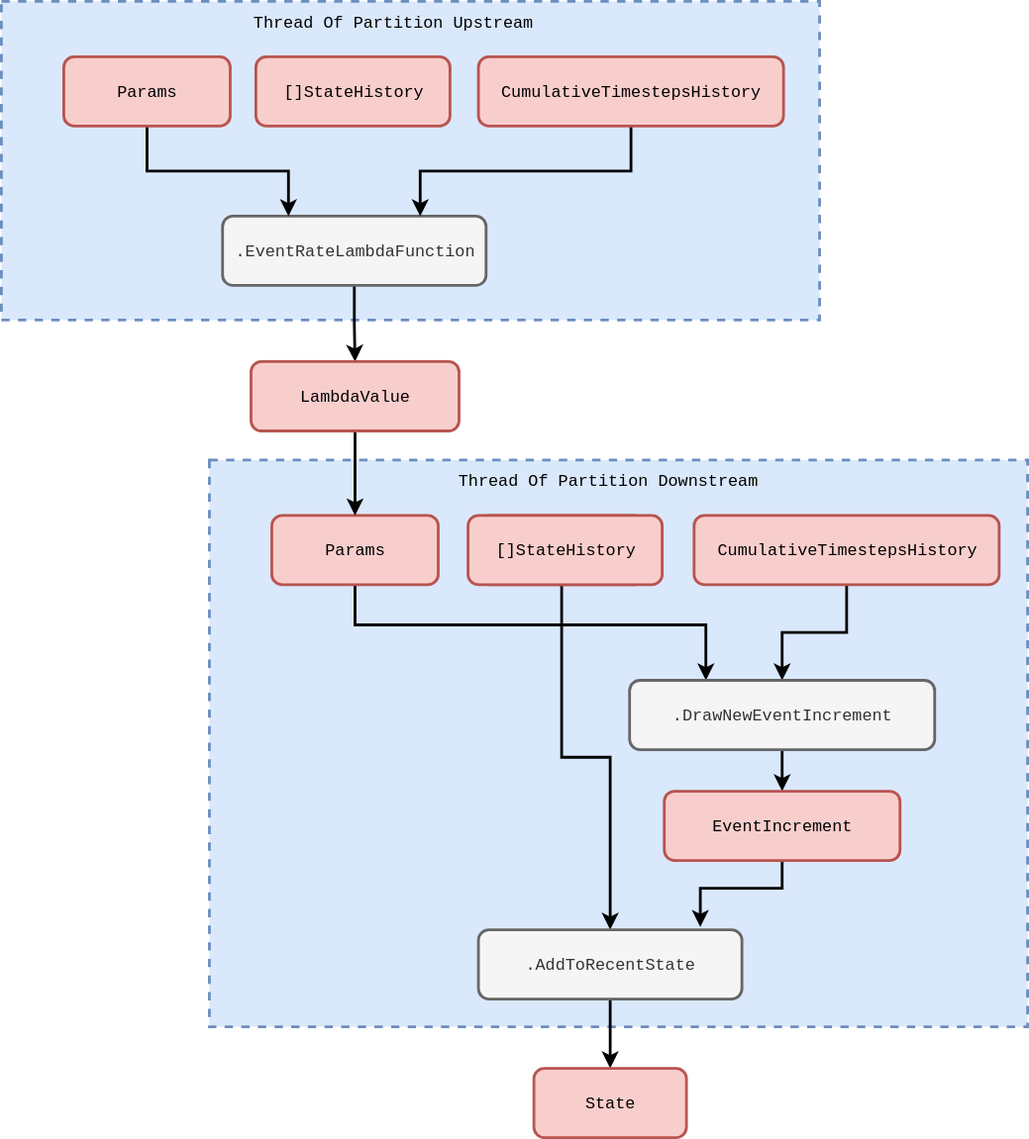
The draw.io diagram assets/diagramming_the_stochadex_project/inhomo-poisson-parallel-serial.svg in umbralcalc/umbralcalc.github.io, before a commit. Source tidied: cells renumbered, new cells last; positions are measured from the earlier drawing's top-left corner, leaving out a move shared by most shapes.
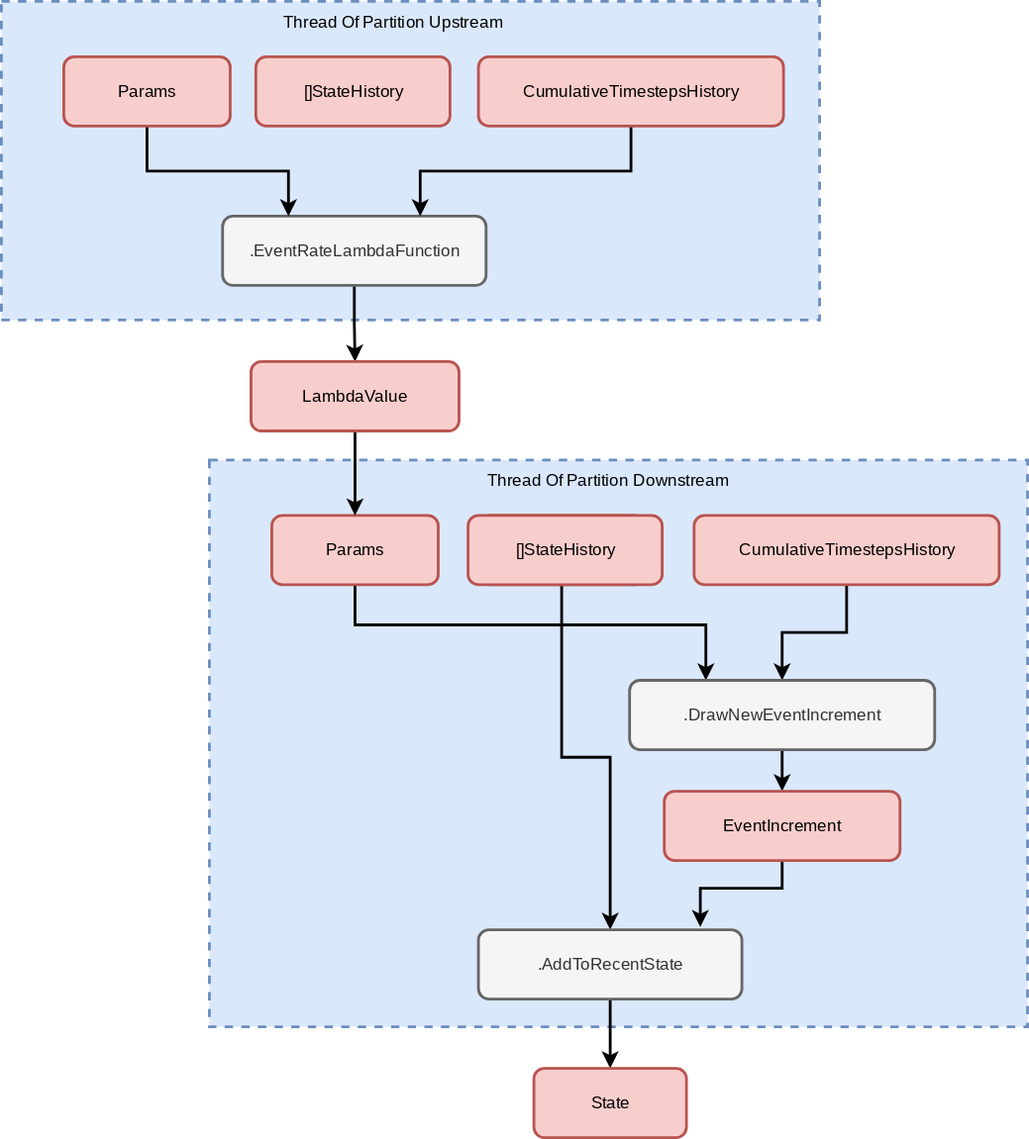
After the commit.

The edit, as a diff of the source:
```diff
@@ -2,10 +2,10 @@
   <root>
     <mxCell id="0" />
     <mxCell id="1" parent="0" />
-    <mxCell id="2" style="rounded=0;whiteSpace=wrap;html=1;dashed=1;strokeWidth=2;fillColor=#dae8fc;strokeColor=#6c8ebf;" parent="1" vertex="1">
+    <mxCell id="2" style="rounded=0;whiteSpace=wrap;html=1;dashed=1;strokeWidth=2;fillColor=#dae8fc;strokeColor=#6c8ebf;fontFamily=Cousine;fontSource=https%3A%2F%2Ffonts.googleapis.com%2Fcss2%3Ffamily%3DCourier%2BPrime%3Aital%2Cwght%400%2C400%3B0%2C700%3B1%2C400%3B1%2C700%26family%3DCousine%3Aital%2Cwght%400%2C400%3B0%2C700%3B1%2C400%3B1%2C700%26family%3DShadows%2BInto%2BLight%26display%3Dswap;" parent="1" vertex="1">
       <mxGeometry x="150" y="331" width="590" height="409" as="geometry" />
     </mxCell>
-    <mxCell id="3" style="edgeStyle=orthogonalEdgeStyle;rounded=0;jettySize=auto;html=1;entryX=0.25;entryY=0;entryDx=0;entryDy=0;strokeWidth=2;" parent="1" edge="1" source="4" target="26">
+    <mxCell id="3" style="edgeStyle=orthogonalEdgeStyle;rounded=0;jettySize=auto;html=1;entryX=0.25;entryY=0;entryDx=0;entryDy=0;strokeWidth=2;fontFamily=Cousine;fontSource=https%3A%2F%2Ffonts.googleapis.com%2Fcss2%3Ffamily%3DCourier%2BPrime%3Aital%2Cwght%400%2C400%3B0%2C700%3B1%2C400%3B1%2C700%26family%3DCousine%3Aital%2Cwght%400%2C400%3B0%2C700%3B1%2C400%3B1%2C700%26family%3DShadows%2BInto%2BLight%26display%3Dswap;" parent="1" edge="1" source="4" target="26">
       <mxGeometry relative="1" as="geometry">
         <Array as="points">
           <mxPoint x="255" y="450" />
@@ -13,76 +13,76 @@
         </Array>
       </mxGeometry>
     </mxCell>
-    <mxCell id="4" value="&lt;font face=&quot;Courier New&quot;&gt;Params&lt;/font&gt;" style="rounded=1;whiteSpace=wrap;html=1;strokeWidth=2;fillColor=#f8cecc;strokeColor=#b85450;" parent="1" vertex="1">
+    <mxCell id="4" value="&lt;font&gt;Params&lt;/font&gt;" style="rounded=1;whiteSpace=wrap;html=1;strokeWidth=2;fillColor=#f8cecc;strokeColor=#b85450;fontFamily=Cousine;fontSource=https%3A%2F%2Ffonts.googleapis.com%2Fcss2%3Ffamily%3DCourier%2BPrime%3Aital%2Cwght%400%2C400%3B0%2C700%3B1%2C400%3B1%2C700%26family%3DCousine%3Aital%2Cwght%400%2C400%3B0%2C700%3B1%2C400%3B1%2C700%26family%3DShadows%2BInto%2BLight%26display%3Dswap;" parent="1" vertex="1">
       <mxGeometry x="195" y="371" width="120" height="50" as="geometry" />
     </mxCell>
-    <mxCell id="5" style="edgeStyle=orthogonalEdgeStyle;rounded=0;jettySize=auto;html=1;strokeWidth=2;exitX=0.5;exitY=1;exitDx=0;exitDy=0;" parent="1" edge="1" source="14" target="4">
+    <mxCell id="5" style="edgeStyle=orthogonalEdgeStyle;rounded=0;jettySize=auto;html=1;strokeWidth=2;exitX=0.5;exitY=1;exitDx=0;exitDy=0;fontFamily=Cousine;fontSource=https%3A%2F%2Ffonts.googleapis.com%2Fcss2%3Ffamily%3DCourier%2BPrime%3Aital%2Cwght%400%2C400%3B0%2C700%3B1%2C400%3B1%2C700%26family%3DCousine%3Aital%2Cwght%400%2C400%3B0%2C700%3B1%2C400%3B1%2C700%26family%3DShadows%2BInto%2BLight%26display%3Dswap;" parent="1" edge="1" source="14" target="4">
       <mxGeometry relative="1" as="geometry" />
     </mxCell>
-    <mxCell id="6" style="edgeStyle=orthogonalEdgeStyle;rounded=0;jettySize=auto;html=1;entryX=0.5;entryY=0;entryDx=0;entryDy=0;strokeWidth=2;" parent="1" edge="1" source="7" target="23">
+    <mxCell id="6" style="edgeStyle=orthogonalEdgeStyle;rounded=0;jettySize=auto;html=1;entryX=0.5;entryY=0;entryDx=0;entryDy=0;strokeWidth=2;fontFamily=Cousine;fontSource=https%3A%2F%2Ffonts.googleapis.com%2Fcss2%3Ffamily%3DCourier%2BPrime%3Aital%2Cwght%400%2C400%3B0%2C700%3B1%2C400%3B1%2C700%26family%3DCousine%3Aital%2Cwght%400%2C400%3B0%2C700%3B1%2C400%3B1%2C700%26family%3DShadows%2BInto%2BLight%26display%3Dswap;" parent="1" edge="1" source="7" target="23">
       <mxGeometry relative="1" as="geometry" />
     </mxCell>
-    <mxCell id="7" value="&lt;font face=&quot;Courier New&quot;&gt;StateHistory&lt;/font&gt;" style="rounded=1;whiteSpace=wrap;html=1;strokeWidth=2;fillColor=#f8cecc;strokeColor=#b85450;" parent="1" vertex="1">
+    <mxCell id="7" value="&lt;font&gt;StateHistory&lt;/font&gt;" style="rounded=1;whiteSpace=wrap;html=1;strokeWidth=2;fillColor=#f8cecc;strokeColor=#b85450;fontFamily=Cousine;fontSource=https%3A%2F%2Ffonts.googleapis.com%2Fcss2%3Ffamily%3DCourier%2BPrime%3Aital%2Cwght%400%2C400%3B0%2C700%3B1%2C400%3B1%2C700%26family%3DCousine%3Aital%2Cwght%400%2C400%3B0%2C700%3B1%2C400%3B1%2C700%26family%3DShadows%2BInto%2BLight%26display%3Dswap;" parent="1" vertex="1">
       <mxGeometry x="344" y="371" width="120" height="50" as="geometry" />
     </mxCell>
-    <mxCell id="8" style="edgeStyle=orthogonalEdgeStyle;rounded=0;jettySize=auto;html=1;strokeWidth=2;exitX=0.5;exitY=1;exitDx=0;exitDy=0;" parent="1" edge="1" source="20" target="26">
+    <mxCell id="8" style="edgeStyle=orthogonalEdgeStyle;rounded=0;jettySize=auto;html=1;strokeWidth=2;exitX=0.5;exitY=1;exitDx=0;exitDy=0;fontFamily=Cousine;fontSource=https%3A%2F%2Ffonts.googleapis.com%2Fcss2%3Ffamily%3DCourier%2BPrime%3Aital%2Cwght%400%2C400%3B0%2C700%3B1%2C400%3B1%2C700%26family%3DCousine%3Aital%2Cwght%400%2C400%3B0%2C700%3B1%2C400%3B1%2C700%26family%3DShadows%2BInto%2BLight%26display%3Dswap;" parent="1" edge="1" source="20" target="26">
       <mxGeometry relative="1" as="geometry" />
     </mxCell>
-    <mxCell id="9" style="rounded=0;whiteSpace=wrap;html=1;dashed=1;strokeWidth=2;fillColor=#dae8fc;strokeColor=#6c8ebf;" parent="1" vertex="1">
+    <mxCell id="9" style="rounded=0;whiteSpace=wrap;html=1;dashed=1;strokeWidth=2;fillColor=#dae8fc;strokeColor=#6c8ebf;fontFamily=Cousine;fontSource=https%3A%2F%2Ffonts.googleapis.com%2Fcss2%3Ffamily%3DCourier%2BPrime%3Aital%2Cwght%400%2C400%3B0%2C700%3B1%2C400%3B1%2C700%26family%3DCousine%3Aital%2Cwght%400%2C400%3B0%2C700%3B1%2C400%3B1%2C700%26family%3DShadows%2BInto%2BLight%26display%3Dswap;" parent="1" vertex="1">
       <mxGeometry width="590" height="230" as="geometry" />
     </mxCell>
-    <mxCell id="10" style="edgeStyle=orthogonalEdgeStyle;rounded=0;jettySize=auto;html=1;entryX=0.5;entryY=0;entryDx=0;entryDy=0;strokeWidth=2;" parent="1" edge="1" source="11" target="14">
+    <mxCell id="10" style="edgeStyle=orthogonalEdgeStyle;rounded=0;jettySize=auto;html=1;entryX=0.5;entryY=0;entryDx=0;entryDy=0;strokeWidth=2;fontFamily=Cousine;fontSource=https%3A%2F%2Ffonts.googleapis.com%2Fcss2%3Ffamily%3DCourier%2BPrime%3Aital%2Cwght%400%2C400%3B0%2C700%3B1%2C400%3B1%2C700%26family%3DCousine%3Aital%2Cwght%400%2C400%3B0%2C700%3B1%2C400%3B1%2C700%26family%3DShadows%2BInto%2BLight%26display%3Dswap;" parent="1" edge="1" source="11" target="14">
       <mxGeometry relative="1" as="geometry" />
     </mxCell>
-    <mxCell id="11" value="&lt;span style=&quot;font-family: &amp;quot;Courier New&amp;quot;;&quot;&gt;.EventRateLambdaFunction&lt;/span&gt;" style="rounded=1;whiteSpace=wrap;html=1;strokeWidth=2;fillColor=#f5f5f5;fontColor=#333333;strokeColor=#666666;" parent="1" vertex="1">
+    <mxCell id="11" value="&lt;span style=&quot;&quot;&gt;.EventRateLambdaFunction&lt;/span&gt;" style="rounded=1;whiteSpace=wrap;html=1;strokeWidth=2;fillColor=#f5f5f5;fontColor=#333333;strokeColor=#666666;fontFamily=Cousine;fontSource=https%3A%2F%2Ffonts.googleapis.com%2Fcss2%3Ffamily%3DCourier%2BPrime%3Aital%2Cwght%400%2C400%3B0%2C700%3B1%2C400%3B1%2C700%26family%3DCousine%3Aital%2Cwght%400%2C400%3B0%2C700%3B1%2C400%3B1%2C700%26family%3DShadows%2BInto%2BLight%26display%3Dswap;" parent="1" vertex="1">
       <mxGeometry x="159.5" y="155" width="190" height="50" as="geometry" />
     </mxCell>
-    <mxCell id="12" style="edgeStyle=orthogonalEdgeStyle;rounded=0;jettySize=auto;html=1;entryX=0.25;entryY=0;entryDx=0;entryDy=0;strokeWidth=2;" parent="1" edge="1" source="13" target="11">
+    <mxCell id="12" style="edgeStyle=orthogonalEdgeStyle;rounded=0;jettySize=auto;html=1;entryX=0.25;entryY=0;entryDx=0;entryDy=0;strokeWidth=2;fontFamily=Cousine;fontSource=https%3A%2F%2Ffonts.googleapis.com%2Fcss2%3Ffamily%3DCourier%2BPrime%3Aital%2Cwght%400%2C400%3B0%2C700%3B1%2C400%3B1%2C700%26family%3DCousine%3Aital%2Cwght%400%2C400%3B0%2C700%3B1%2C400%3B1%2C700%26family%3DShadows%2BInto%2BLight%26display%3Dswap;" parent="1" edge="1" source="13" target="11">
       <mxGeometry relative="1" as="geometry" />
     </mxCell>
-    <mxCell id="13" value="&lt;font face=&quot;Courier New&quot;&gt;Params&lt;/font&gt;" style="rounded=1;whiteSpace=wrap;html=1;strokeWidth=2;fillColor=#f8cecc;strokeColor=#b85450;" parent="1" vertex="1">
+    <mxCell id="13" value="&lt;font&gt;Params&lt;/font&gt;" style="rounded=1;whiteSpace=wrap;html=1;strokeWidth=2;fillColor=#f8cecc;strokeColor=#b85450;fontFamily=Cousine;fontSource=https%3A%2F%2Ffonts.googleapis.com%2Fcss2%3Ffamily%3DCourier%2BPrime%3Aital%2Cwght%400%2C400%3B0%2C700%3B1%2C400%3B1%2C700%26family%3DCousine%3Aital%2Cwght%400%2C400%3B0%2C700%3B1%2C400%3B1%2C700%26family%3DShadows%2BInto%2BLight%26display%3Dswap;" parent="1" vertex="1">
       <mxGeometry x="45" y="40" width="120" height="50" as="geometry" />
     </mxCell>
-    <mxCell id="14" value="&lt;span style=&quot;font-family: &amp;quot;Courier New&amp;quot;;&quot;&gt;LambdaValue&lt;/span&gt;" style="rounded=1;whiteSpace=wrap;html=1;strokeWidth=2;fillColor=#f8cecc;strokeColor=#b85450;" parent="1" vertex="1">
+    <mxCell id="14" value="&lt;span style=&quot;&quot;&gt;LambdaValue&lt;/span&gt;" style="rounded=1;whiteSpace=wrap;html=1;strokeWidth=2;fillColor=#f8cecc;strokeColor=#b85450;fontFamily=Cousine;fontSource=https%3A%2F%2Ffonts.googleapis.com%2Fcss2%3Ffamily%3DCourier%2BPrime%3Aital%2Cwght%400%2C400%3B0%2C700%3B1%2C400%3B1%2C700%26family%3DCousine%3Aital%2Cwght%400%2C400%3B0%2C700%3B1%2C400%3B1%2C700%26family%3DShadows%2BInto%2BLight%26display%3Dswap;" parent="1" vertex="1">
       <mxGeometry x="180" y="260" width="150" height="50" as="geometry" />
     </mxCell>
-    <mxCell id="15" style="edgeStyle=orthogonalEdgeStyle;rounded=0;jettySize=auto;html=1;entryX=0.75;entryY=0;entryDx=0;entryDy=0;strokeWidth=2;exitX=0.5;exitY=1;exitDx=0;exitDy=0;" parent="1" edge="1" source="18" target="11">
+    <mxCell id="15" style="edgeStyle=orthogonalEdgeStyle;rounded=0;jettySize=auto;html=1;entryX=0.75;entryY=0;entryDx=0;entryDy=0;strokeWidth=2;exitX=0.5;exitY=1;exitDx=0;exitDy=0;fontFamily=Cousine;fontSource=https%3A%2F%2Ffonts.googleapis.com%2Fcss2%3Ffamily%3DCourier%2BPrime%3Aital%2Cwght%400%2C400%3B0%2C700%3B1%2C400%3B1%2C700%26family%3DCousine%3Aital%2Cwght%400%2C400%3B0%2C700%3B1%2C400%3B1%2C700%26family%3DShadows%2BInto%2BLight%26display%3Dswap;" parent="1" edge="1" source="18" target="11">
       <mxGeometry relative="1" as="geometry" />
     </mxCell>
-    <mxCell id="16" value="&lt;font face=&quot;Courier New&quot;&gt;Thread Of Partition Upstream&lt;/font&gt;" style="text;html=1;strokeColor=none;fillColor=none;align=center;verticalAlign=middle;whiteSpace=wrap;rounded=0;" parent="1" vertex="1">
+    <mxCell id="16" value="&lt;font&gt;Thread Of Partition Upstream&lt;/font&gt;" style="text;html=1;strokeColor=none;fillColor=none;align=center;verticalAlign=middle;whiteSpace=wrap;rounded=0;fontFamily=Cousine;fontSource=https%3A%2F%2Ffonts.googleapis.com%2Fcss2%3Ffamily%3DCourier%2BPrime%3Aital%2Cwght%400%2C400%3B0%2C700%3B1%2C400%3B1%2C700%26family%3DCousine%3Aital%2Cwght%400%2C400%3B0%2C700%3B1%2C400%3B1%2C700%26family%3DShadows%2BInto%2BLight%26display%3Dswap;" parent="1" vertex="1">
       <mxGeometry x="173.5" width="216.5" height="30" as="geometry" />
     </mxCell>
-    <mxCell id="17" value="&lt;font face=&quot;Courier New&quot;&gt;Thread Of Partition Downstream&lt;/font&gt;" style="text;html=1;strokeColor=none;fillColor=none;align=center;verticalAlign=middle;whiteSpace=wrap;rounded=0;" parent="1" vertex="1">
+    <mxCell id="17" value="&lt;font&gt;Thread Of Partition Downstream&lt;/font&gt;" style="text;html=1;strokeColor=none;fillColor=none;align=center;verticalAlign=middle;whiteSpace=wrap;rounded=0;fontFamily=Cousine;fontSource=https%3A%2F%2Ffonts.googleapis.com%2Fcss2%3Ffamily%3DCourier%2BPrime%3Aital%2Cwght%400%2C400%3B0%2C700%3B1%2C400%3B1%2C700%26family%3DCousine%3Aital%2Cwght%400%2C400%3B0%2C700%3B1%2C400%3B1%2C700%26family%3DShadows%2BInto%2BLight%26display%3Dswap;" parent="1" vertex="1">
       <mxGeometry x="323.5" y="331" width="226.5" height="30" as="geometry" />
     </mxCell>
-    <mxCell id="18" value="&lt;font face=&quot;Courier New&quot;&gt;CumulativeTimestepsHistory&lt;/font&gt;" style="rounded=1;whiteSpace=wrap;html=1;strokeWidth=2;fillColor=#f8cecc;strokeColor=#b85450;" parent="1" vertex="1">
+    <mxCell id="18" value="&lt;font&gt;CumulativeTimestepsHistory&lt;/font&gt;" style="rounded=1;whiteSpace=wrap;html=1;strokeWidth=2;fillColor=#f8cecc;strokeColor=#b85450;fontFamily=Cousine;fontSource=https%3A%2F%2Ffonts.googleapis.com%2Fcss2%3Ffamily%3DCourier%2BPrime%3Aital%2Cwght%400%2C400%3B0%2C700%3B1%2C400%3B1%2C700%26family%3DCousine%3Aital%2Cwght%400%2C400%3B0%2C700%3B1%2C400%3B1%2C700%26family%3DShadows%2BInto%2BLight%26display%3Dswap;" parent="1" vertex="1">
       <mxGeometry x="344" y="40" width="220" height="50" as="geometry" />
     </mxCell>
-    <mxCell id="19" value="&lt;font face=&quot;Courier New&quot;&gt;[]StateHistory&lt;/font&gt;" style="rounded=1;whiteSpace=wrap;html=1;strokeWidth=2;fillColor=#f8cecc;strokeColor=#b85450;" parent="1" vertex="1">
+    <mxCell id="19" value="&lt;font&gt;[]StateHistory&lt;/font&gt;" style="rounded=1;whiteSpace=wrap;html=1;strokeWidth=2;fillColor=#f8cecc;strokeColor=#b85450;fontFamily=Cousine;fontSource=https%3A%2F%2Ffonts.googleapis.com%2Fcss2%3Ffamily%3DCourier%2BPrime%3Aital%2Cwght%400%2C400%3B0%2C700%3B1%2C400%3B1%2C700%26family%3DCousine%3Aital%2Cwght%400%2C400%3B0%2C700%3B1%2C400%3B1%2C700%26family%3DShadows%2BInto%2BLight%26display%3Dswap;" parent="1" vertex="1">
       <mxGeometry x="183.5" y="40" width="140" height="50" as="geometry" />
     </mxCell>
-    <mxCell id="20" value="&lt;font face=&quot;Courier New&quot;&gt;CumulativeTimestepsHistory&lt;/font&gt;" style="rounded=1;whiteSpace=wrap;html=1;strokeWidth=2;fillColor=#f8cecc;strokeColor=#b85450;" parent="1" vertex="1">
+    <mxCell id="20" value="&lt;font&gt;CumulativeTimestepsHistory&lt;/font&gt;" style="rounded=1;whiteSpace=wrap;html=1;strokeWidth=2;fillColor=#f8cecc;strokeColor=#b85450;fontFamily=Cousine;fontSource=https%3A%2F%2Ffonts.googleapis.com%2Fcss2%3Ffamily%3DCourier%2BPrime%3Aital%2Cwght%400%2C400%3B0%2C700%3B1%2C400%3B1%2C700%26family%3DCousine%3Aital%2Cwght%400%2C400%3B0%2C700%3B1%2C400%3B1%2C700%26family%3DShadows%2BInto%2BLight%26display%3Dswap;" parent="1" vertex="1">
       <mxGeometry x="499.5" y="371" width="220" height="50" as="geometry" />
     </mxCell>
-    <mxCell id="21" value="&lt;font face=&quot;Courier New&quot;&gt;[]StateHistory&lt;/font&gt;" style="rounded=1;whiteSpace=wrap;html=1;strokeWidth=2;fillColor=#f8cecc;strokeColor=#b85450;" parent="1" vertex="1">
+    <mxCell id="21" value="&lt;font&gt;[]StateHistory&lt;/font&gt;" style="rounded=1;whiteSpace=wrap;html=1;strokeWidth=2;fillColor=#f8cecc;strokeColor=#b85450;fontFamily=Cousine;fontSource=https%3A%2F%2Ffonts.googleapis.com%2Fcss2%3Ffamily%3DCourier%2BPrime%3Aital%2Cwght%400%2C400%3B0%2C700%3B1%2C400%3B1%2C700%26family%3DCousine%3Aital%2Cwght%400%2C400%3B0%2C700%3B1%2C400%3B1%2C700%26family%3DShadows%2BInto%2BLight%26display%3Dswap;" parent="1" vertex="1">
       <mxGeometry x="336.5" y="371" width="140" height="50" as="geometry" />
     </mxCell>
-    <mxCell id="22" style="edgeStyle=orthogonalEdgeStyle;rounded=0;jettySize=auto;html=1;strokeWidth=2;" parent="1" edge="1" source="23" target="24">
+    <mxCell id="22" style="edgeStyle=orthogonalEdgeStyle;rounded=0;jettySize=auto;html=1;strokeWidth=2;fontFamily=Cousine;fontSource=https%3A%2F%2Ffonts.googleapis.com%2Fcss2%3Ffamily%3DCourier%2BPrime%3Aital%2Cwght%400%2C400%3B0%2C700%3B1%2C400%3B1%2C700%26family%3DCousine%3Aital%2Cwght%400%2C400%3B0%2C700%3B1%2C400%3B1%2C700%26family%3DShadows%2BInto%2BLight%26display%3Dswap;" parent="1" edge="1" source="23" target="24">
       <mxGeometry relative="1" as="geometry" />
     </mxCell>
-    <mxCell id="23" value="&lt;font face=&quot;Courier New&quot;&gt;.AddToRecentState&lt;/font&gt;" style="rounded=1;whiteSpace=wrap;html=1;strokeWidth=2;fillColor=#f5f5f5;fontColor=#333333;strokeColor=#666666;" parent="1" vertex="1">
+    <mxCell id="23" value="&lt;font&gt;.AddToRecentState&lt;/font&gt;" style="rounded=1;whiteSpace=wrap;html=1;strokeWidth=2;fillColor=#f5f5f5;fontColor=#333333;strokeColor=#666666;fontFamily=Cousine;fontSource=https%3A%2F%2Ffonts.googleapis.com%2Fcss2%3Ffamily%3DCourier%2BPrime%3Aital%2Cwght%400%2C400%3B0%2C700%3B1%2C400%3B1%2C700%26family%3DCousine%3Aital%2Cwght%400%2C400%3B0%2C700%3B1%2C400%3B1%2C700%26family%3DShadows%2BInto%2BLight%26display%3Dswap;" parent="1" vertex="1">
       <mxGeometry x="344" y="670" width="190" height="50" as="geometry" />
     </mxCell>
-    <mxCell id="24" value="&lt;font face=&quot;Courier New&quot;&gt;State&lt;/font&gt;" style="rounded=1;whiteSpace=wrap;html=1;strokeWidth=2;fillColor=#f8cecc;strokeColor=#b85450;" parent="1" vertex="1">
+    <mxCell id="24" value="&lt;font&gt;State&lt;/font&gt;" style="rounded=1;whiteSpace=wrap;html=1;strokeWidth=2;fillColor=#f8cecc;strokeColor=#b85450;fontFamily=Cousine;fontSource=https%3A%2F%2Ffonts.googleapis.com%2Fcss2%3Ffamily%3DCourier%2BPrime%3Aital%2Cwght%400%2C400%3B0%2C700%3B1%2C400%3B1%2C700%26family%3DCousine%3Aital%2Cwght%400%2C400%3B0%2C700%3B1%2C400%3B1%2C700%26family%3DShadows%2BInto%2BLight%26display%3Dswap;" parent="1" vertex="1">
       <mxGeometry x="384" y="770" width="110" height="50" as="geometry" />
     </mxCell>
-    <mxCell id="25" style="edgeStyle=orthogonalEdgeStyle;rounded=0;jettySize=auto;html=1;strokeWidth=2;" parent="1" edge="1" source="26" target="28">
+    <mxCell id="25" style="edgeStyle=orthogonalEdgeStyle;rounded=0;jettySize=auto;html=1;strokeWidth=2;fontFamily=Cousine;fontSource=https%3A%2F%2Ffonts.googleapis.com%2Fcss2%3Ffamily%3DCourier%2BPrime%3Aital%2Cwght%400%2C400%3B0%2C700%3B1%2C400%3B1%2C700%26family%3DCousine%3Aital%2Cwght%400%2C400%3B0%2C700%3B1%2C400%3B1%2C700%26family%3DShadows%2BInto%2BLight%26display%3Dswap;" parent="1" edge="1" source="26" target="28">
       <mxGeometry relative="1" as="geometry" />
     </mxCell>
-    <mxCell id="26" value="&lt;font face=&quot;Courier New&quot;&gt;.DrawNewEventIncrement&lt;/font&gt;" style="rounded=1;whiteSpace=wrap;html=1;strokeWidth=2;fillColor=#f5f5f5;fontColor=#333333;strokeColor=#666666;" parent="1" vertex="1">
+    <mxCell id="26" value="&lt;font&gt;.DrawNewEventIncrement&lt;/font&gt;" style="rounded=1;whiteSpace=wrap;html=1;strokeWidth=2;fillColor=#f5f5f5;fontColor=#333333;strokeColor=#666666;fontFamily=Cousine;fontSource=https%3A%2F%2Ffonts.googleapis.com%2Fcss2%3Ffamily%3DCourier%2BPrime%3Aital%2Cwght%400%2C400%3B0%2C700%3B1%2C400%3B1%2C700%26family%3DCousine%3Aital%2Cwght%400%2C400%3B0%2C700%3B1%2C400%3B1%2C700%26family%3DShadows%2BInto%2BLight%26display%3Dswap;" parent="1" vertex="1">
       <mxGeometry x="453" y="490" width="220" height="50" as="geometry" />
     </mxCell>
-    <mxCell id="27" style="edgeStyle=orthogonalEdgeStyle;rounded=0;jettySize=auto;html=1;strokeWidth=2;entryX=0.842;entryY=-0.04;entryDx=0;entryDy=0;entryPerimeter=0;" parent="1" edge="1" source="28" target="23">
+    <mxCell id="27" style="edgeStyle=orthogonalEdgeStyle;rounded=0;jettySize=auto;html=1;strokeWidth=2;entryX=0.842;entryY=-0.04;entryDx=0;entryDy=0;entryPerimeter=0;fontFamily=Cousine;fontSource=https%3A%2F%2Ffonts.googleapis.com%2Fcss2%3Ffamily%3DCourier%2BPrime%3Aital%2Cwght%400%2C400%3B0%2C700%3B1%2C400%3B1%2C700%26family%3DCousine%3Aital%2Cwght%400%2C400%3B0%2C700%3B1%2C400%3B1%2C700%26family%3DShadows%2BInto%2BLight%26display%3Dswap;" parent="1" edge="1" source="28" target="23">
       <mxGeometry relative="1" as="geometry">
         <Array as="points">
           <mxPoint x="563" y="640" />
@@ -90,7 +90,7 @@
         </Array>
       </mxGeometry>
     </mxCell>
-    <mxCell id="28" value="&lt;font face=&quot;Courier New&quot;&gt;EventIncrement&lt;/font&gt;" style="rounded=1;whiteSpace=wrap;html=1;strokeWidth=2;fillColor=#f8cecc;strokeColor=#b85450;" parent="1" vertex="1">
+    <mxCell id="28" value="&lt;font&gt;EventIncrement&lt;/font&gt;" style="rounded=1;whiteSpace=wrap;html=1;strokeWidth=2;fillColor=#f8cecc;strokeColor=#b85450;fontFamily=Cousine;fontSource=https%3A%2F%2Ffonts.googleapis.com%2Fcss2%3Ffamily%3DCourier%2BPrime%3Aital%2Cwght%400%2C400%3B0%2C700%3B1%2C400%3B1%2C700%26family%3DCousine%3Aital%2Cwght%400%2C400%3B0%2C700%3B1%2C400%3B1%2C700%26family%3DShadows%2BInto%2BLight%26display%3Dswap;" parent="1" vertex="1">
       <mxGeometry x="478" y="570" width="170" height="50" as="geometry" />
     </mxCell>
   </root>
```
